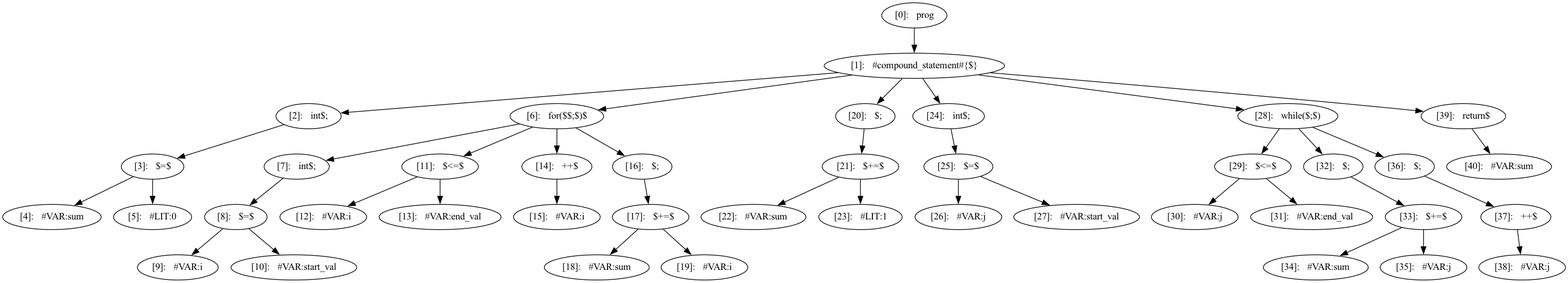
The Graphviz diagram cass.png in deryaerman/DIA-System-DS-Plagiarism-Checker-GIT, before a commit. Its source is kept beside it as cass.dot. Source of this version:
```dot
digraph cass {
  node [shape=ellipse];
  n0 [label="[0]:   prog"];
  n1 [label="[1]:   #compound_statement#{$}"];
  n0 -> n1;
  n2 [label="[2]:   int$;"];
  n1 -> n2;
  n3 [label="[3]:   $=$"];
  n2 -> n3;
  n4 [label="[4]:   #VAR:sum"];
  n3 -> n4;
  n5 [label="[5]:   #LIT:0"];
  n3 -> n5;
  n6 [label="[6]:   for($$;$)$"];
  n1 -> n6;
  n7 [label="[7]:   int$;"];
  n6 -> n7;
  n8 [label="[8]:   $=$"];
  n7 -> n8;
  n9 [label="[9]:   #VAR:i"];
  n8 -> n9;
  n10 [label="[10]:   #VAR:start_val"];
  n8 -> n10;
  n11 [label="[11]:   $<=$"];
  n6 -> n11;
  n12 [label="[12]:   #VAR:i"];
  n11 -> n12;
  n13 [label="[13]:   #VAR:end_val"];
  n11 -> n13;
  n14 [label="[14]:   ++$"];
  n6 -> n14;
  n15 [label="[15]:   #VAR:i"];
  n14 -> n15;
  n16 [label="[16]:   $;"];
  n6 -> n16;
  n17 [label="[17]:   $+=$"];
  n16 -> n17;
  n18 [label="[18]:   #VAR:sum"];
  n17 -> n18;
  n19 [label="[19]:   #VAR:i"];
  n17 -> n19;
  n20 [label="[20]:   $;"];
  n1 -> n20;
  n21 [label="[21]:   $+=$"];
  n20 -> n21;
  n22 [label="[22]:   #VAR:sum"];
  n21 -> n22;
  n23 [label="[23]:   #LIT:1"];
  n21 -> n23;
  n24 [label="[24]:   int$;"];
  n1 -> n24;
  n25 [label="[25]:   $=$"];
  n24 -> n25;
  n26 [label="[26]:   #VAR:j"];
  n25 -> n26;
  n27 [label="[27]:   #VAR:start_val"];
  n25 -> n27;
  n28 [label="[28]:   while($;$)"];
  n1 -> n28;
  n29 [label="[29]:   $<=$"];
  n28 -> n29;
  n30 [label="[30]:   #VAR:j"];
  n29 -> n30;
  n31 [label="[31]:   #VAR:end_val"];
  n29 -> n31;
  n32 [label="[32]:   $;"];
  n28 -> n32;
  n33 [label="[33]:   $+=$"];
  n32 -> n33;
  n34 [label="[34]:   #VAR:sum"];
  n33 -> n34;
  n35 [label="[35]:   #VAR:j"];
  n33 -> n35;
  n36 [label="[36]:   $;"];
  n28 -> n36;
  n37 [label="[37]:   ++$"];
  n36 -> n37;
  n38 [label="[38]:   #VAR:j"];
  n37 -> n38;
  n39 [label="[39]:   return$"];
  n1 -> n39;
  n40 [label="[40]:   #VAR:sum"];
  n39 -> n40;
}
```
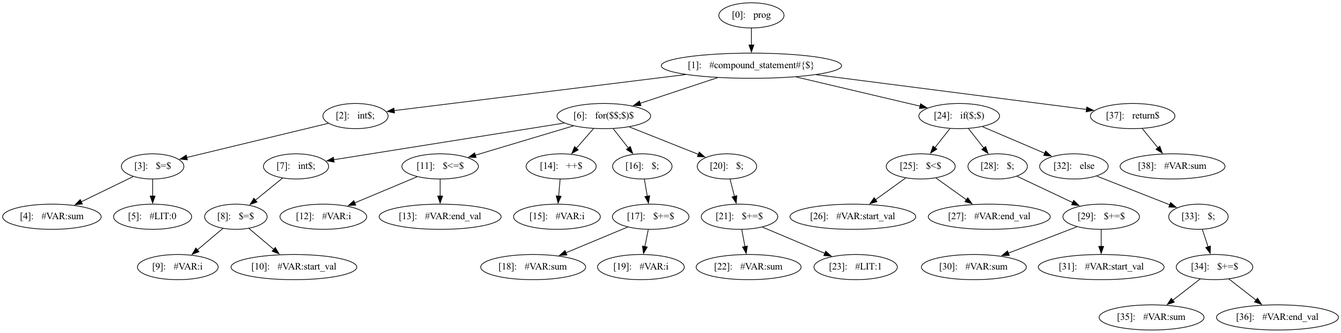
Later version of the same file.

Diff of the diagram source:
```diff
@@ -40,45 +40,41 @@
   n19 [label="[19]:   #VAR:i"];
   n17 -> n19;
   n20 [label="[20]:   $;"];
-  n1 -> n20;
+  n6 -> n20;
   n21 [label="[21]:   $+=$"];
   n20 -> n21;
   n22 [label="[22]:   #VAR:sum"];
   n21 -> n22;
   n23 [label="[23]:   #LIT:1"];
   n21 -> n23;
-  n24 [label="[24]:   int$;"];
+  n24 [label="[24]:   if($;$)"];
   n1 -> n24;
-  n25 [label="[25]:   $=$"];
+  n25 [label="[25]:   $<$"];
   n24 -> n25;
-  n26 [label="[26]:   #VAR:j"];
+  n26 [label="[26]:   #VAR:start_val"];
   n25 -> n26;
-  n27 [label="[27]:   #VAR:start_val"];
+  n27 [label="[27]:   #VAR:end_val"];
   n25 -> n27;
-  n28 [label="[28]:   while($;$)"];
-  n1 -> n28;
-  n29 [label="[29]:   $<=$"];
+  n28 [label="[28]:   $;"];
+  n24 -> n28;
+  n29 [label="[29]:   $+=$"];
   n28 -> n29;
-  n30 [label="[30]:   #VAR:j"];
+  n30 [label="[30]:   #VAR:sum"];
   n29 -> n30;
-  n31 [label="[31]:   #VAR:end_val"];
+  n31 [label="[31]:   #VAR:start_val"];
   n29 -> n31;
-  n32 [label="[32]:   $;"];
-  n28 -> n32;
-  n33 [label="[33]:   $+=$"];
+  n32 [label="[32]:   else"];
+  n24 -> n32;
+  n33 [label="[33]:   $;"];
   n32 -> n33;
-  n34 [label="[34]:   #VAR:sum"];
+  n34 [label="[34]:   $+=$"];
   n33 -> n34;
-  n35 [label="[35]:   #VAR:j"];
-  n33 -> n35;
-  n36 [label="[36]:   $;"];
-  n28 -> n36;
-  n37 [label="[37]:   ++$"];
-  n36 -> n37;
-  n38 [label="[38]:   #VAR:j"];
+  n35 [label="[35]:   #VAR:sum"];
+  n34 -> n35;
+  n36 [label="[36]:   #VAR:end_val"];
+  n34 -> n36;
+  n37 [label="[37]:   return$"];
+  n1 -> n37;
+  n38 [label="[38]:   #VAR:sum"];
   n37 -> n38;
-  n39 [label="[39]:   return$"];
-  n1 -> n39;
-  n40 [label="[40]:   #VAR:sum"];
-  n39 -> n40;
 }
```
